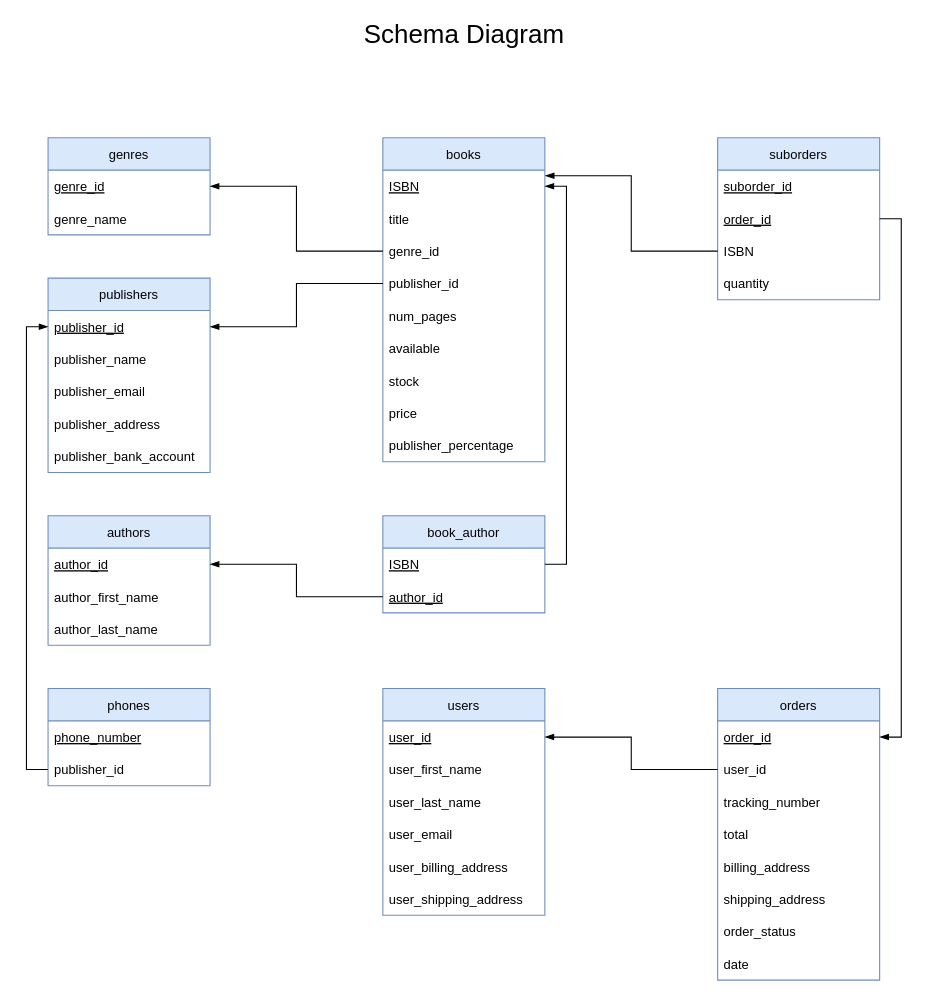
The draw.io diagram Report/Schemas/Schema Diagram.drawio in michaeldquach/COMP-3005-Final-Project, before the edit. Source tidied: cells renumbered, new cells numbered last; positions are measured from the earlier drawing's top-left corner, leaving out a move shared by most shapes. Both pictures are drawn from the tidied source at 108%, with x=0, y=0 at pixel (48, 18).
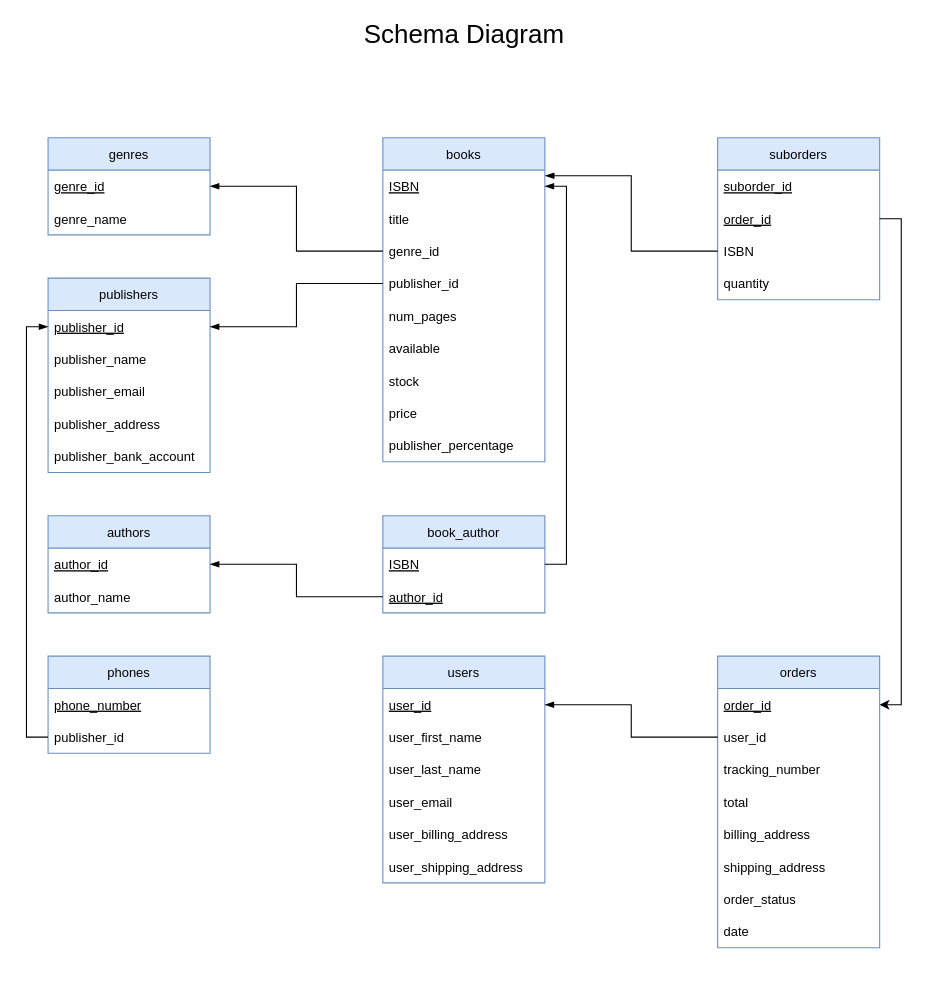
After the change.

The change refers to these unchanged cells:
```xml
<mxCell id="30" value="order_id" style="text;strokeColor=none;fillColor=none;align=left;verticalAlign=middle;spacingLeft=4;spacingRight=4;overflow=hidden;points=[[0,0.5],[1,0.5]];portConstraint=eastwest;fontStyle=4;" parent="28" vertex="1">
  <mxGeometry y="60" width="150" height="30" as="geometry" />
</mxCell>
<mxCell id="34" value="order_id" style="text;strokeColor=none;fillColor=none;align=left;verticalAlign=middle;spacingLeft=4;spacingRight=4;overflow=hidden;points=[[0,0.5],[1,0.5]];portConstraint=eastwest;fontStyle=4;" parent="33" vertex="1">
  <mxGeometry y="30" width="150" height="30" as="geometry" />
</mxCell>
```

The edit, as a diff of the source:
```diff
@@
     <mxCell id="15" value="authors" style="swimlane;fontStyle=0;horizontal=1;startSize=30;fillColor=#dae8fc;strokeColor=#6c8ebf;" parent="1" vertex="1">
-      <mxGeometry y="460" width="150" height="120" as="geometry" />
+      <mxGeometry y="460" width="150" height="90" as="geometry" />
     </mxCell>
@@
-    <mxCell id="17" value="author_first_name" style="text;strokeColor=none;fillColor=none;align=left;verticalAlign=middle;spacingLeft=4;spacingRight=4;overflow=hidden;" parent="15" vertex="1">
+    <mxCell id="17" value="author_name" style="text;strokeColor=none;fillColor=none;align=left;verticalAlign=middle;spacingLeft=4;spacingRight=4;overflow=hidden;" parent="15" vertex="1">
       <mxGeometry y="60" width="150" height="30" as="geometry" />
     </mxCell>
-    <mxCell id="18" value="author_last_name" style="text;strokeColor=none;fillColor=none;align=left;verticalAlign=middle;spacingLeft=4;spacingRight=4;overflow=hidden;" parent="15" vertex="1">
-      <mxGeometry y="90" width="150" height="30" as="geometry" />
-    </mxCell>
@@
     <mxCell id="25" value="phones" style="swimlane;fontStyle=0;horizontal=1;startSize=30;fillColor=#dae8fc;strokeColor=#6c8ebf;" parent="1" vertex="1">
-      <mxGeometry y="620" width="150" height="90" as="geometry" />
+      <mxGeometry y="590" width="150" height="90" as="geometry" />
     </mxCell>
@@
     <mxCell id="33" value="orders" style="swimlane;fontStyle=0;horizontal=1;startSize=30;fillColor=#dae8fc;strokeColor=#6c8ebf;" parent="1" vertex="1">
-      <mxGeometry x="620" y="620" width="150" height="270" as="geometry" />
+      <mxGeometry x="620" y="590" width="150" height="270" as="geometry" />
     </mxCell>
@@
     <mxCell id="42" value="users" style="swimlane;fontStyle=0;horizontal=1;startSize=30;fillColor=#dae8fc;strokeColor=#6c8ebf;" parent="1" vertex="1">
-      <mxGeometry x="310" y="620" width="150" height="210" as="geometry" />
+      <mxGeometry x="310" y="590" width="150" height="210" as="geometry" />
     </mxCell>
@@
-    <mxCell id="58" style="edgeStyle=orthogonalEdgeStyle;rounded=0;jettySize=auto;html=1;entryX=1;entryY=0.5;entryDx=0;entryDy=0;fontSize=12;endArrow=blockThin;endFill=1;" parent="1" edge="1" source="30" target="34">
-      <mxGeometry relative="1" as="geometry">
-        <Array as="points">
-          <mxPoint x="790" y="185" />
-          <mxPoint x="790" y="665" />
-        </Array>
-      </mxGeometry>
-    </mxCell>
@@
+    <mxCell id="58" style="edgeStyle=orthogonalEdgeStyle;rounded=0;jettySize=auto;html=1;exitX=1;exitY=0.5;exitDx=0;exitDy=0;entryX=1;entryY=0.5;entryDx=0;entryDy=0;" parent="1" edge="1" source="30" target="34">
+      <mxGeometry relative="1" as="geometry" />
+    </mxCell>
```
